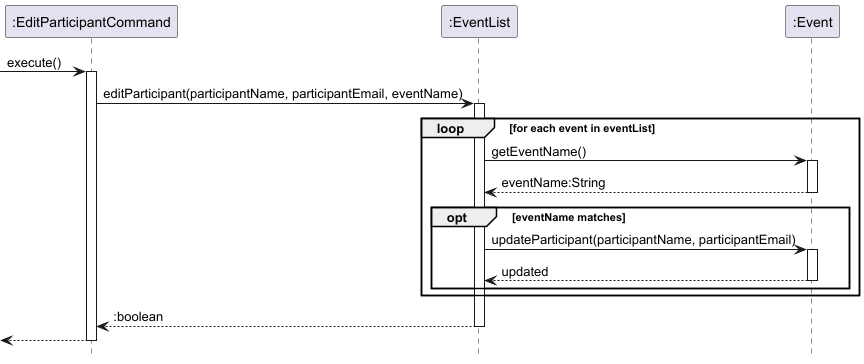
Above: docs/images/EditParticipantCommandSequenceDiagram.png in nus-cs2113-AY2425S1/tp (PlantUML), before the change.
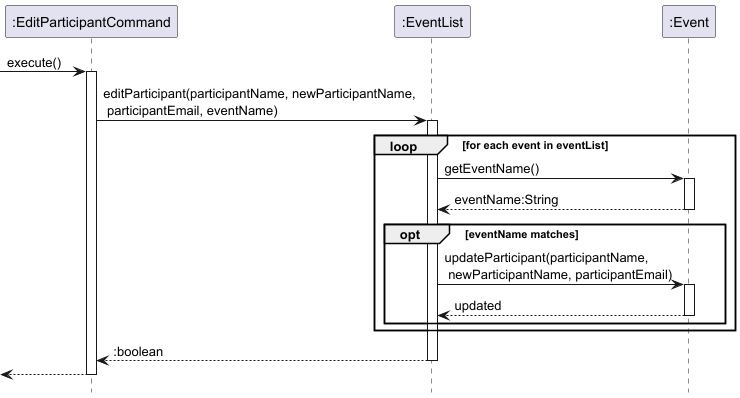
The same diagram one commit later.

Commit message:
Update DG to match new edit participant command functionality

What changed in the source:
```diff
@@ -8,7 +8,7 @@
  [-> editCommand : execute()
  activate editCommand
 
- editCommand -> eventList : editParticipant(participantName, participantEmail, eventName)
+ editCommand -> eventList : editParticipant(participantName, newParticipantName,\n participantEmail, eventName)
  activate eventList
 
  loop for each event in eventList
@@ -18,7 +18,7 @@
      deactivate event
 
      opt eventName matches
-         eventList -> event : updateParticipant(participantName, participantEmail)
+         eventList -> event : updateParticipant(participantName,\n newParticipantName, participantEmail)
          activate event
          event --> eventList : updated
          deactivate event
```
